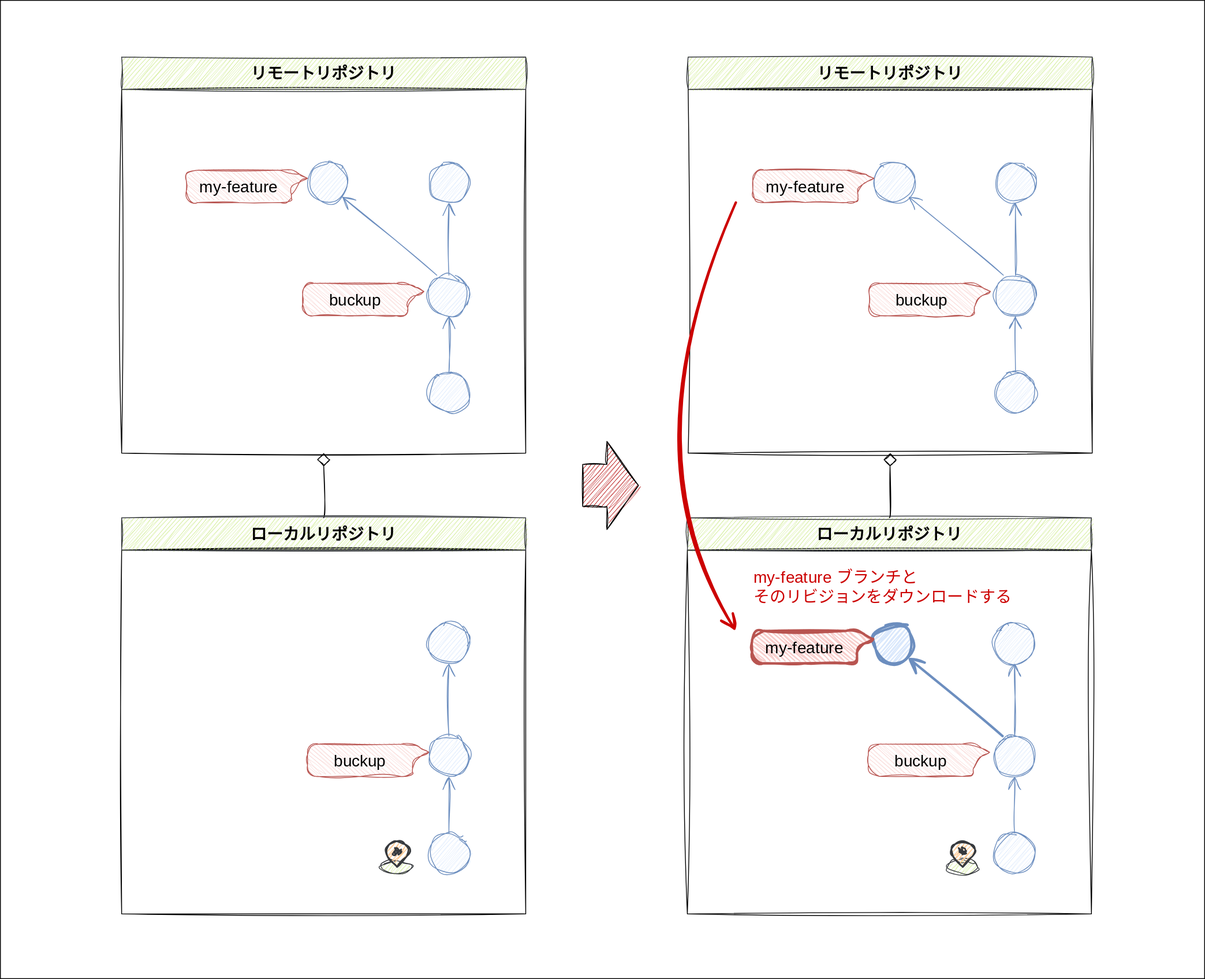
Before: doc/image/introducion/remote-download.drawio.svg, a diagram exported from draw.io (kazurego7/fit). Source tidied: cells renumbered, new cells last; positions are measured from the earlier drawing's top-left corner, leaving out a move shared by most shapes.
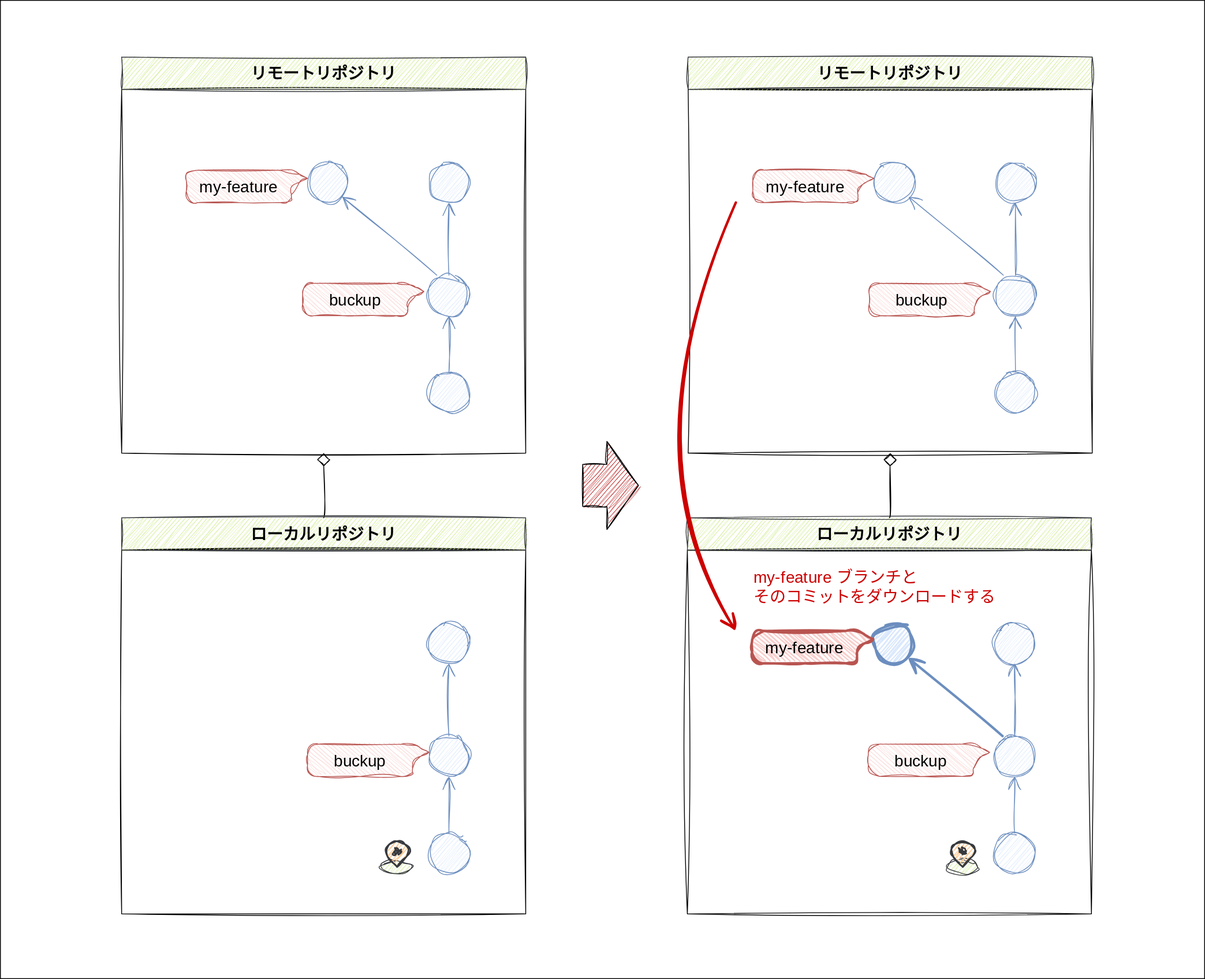
The same diagram one commit later.

What changed in the source:
```diff
@@ -173,7 +173,7 @@
         </Array>
       </mxGeometry>
     </mxCell>
-    <mxCell id="57" value="my-feature ブランチと&lt;br&gt;そのリビジョンをダウンロードする" style="text;strokeColor=none;fillColor=none;html=1;align=left;verticalAlign=middle;whiteSpace=wrap;rounded=0;sketch=1;hachureGap=4;jiggle=2;curveFitting=1;fontFamily=Zen Kurenaido;fontSource=https%3A%2F%2Ffonts.googleapis.com%2Fcss%3Ffamily%3DZen%2BKurenaido;fontSize=20;fontColor=#CC0000;" parent="1" vertex="1">
+    <mxCell id="57" value="my-feature ブランチと&lt;br&gt;そのコミットをダウンロードする" style="text;strokeColor=none;fillColor=none;html=1;align=left;verticalAlign=middle;whiteSpace=wrap;rounded=0;sketch=1;hachureGap=4;jiggle=2;curveFitting=1;fontFamily=Zen Kurenaido;fontSource=https%3A%2F%2Ffonts.googleapis.com%2Fcss%3Ffamily%3DZen%2BKurenaido;fontSize=20;fontColor=#CC0000;" parent="1" vertex="1">
       <mxGeometry x="930" y="700" width="340" height="50" as="geometry" />
     </mxCell>
     <mxCell id="58" style="endArrow=none;html=1;rounded=0;sketch=1;hachureGap=4;jiggle=2;curveFitting=1;fontFamily=Architects Daughter;fontSource=https%3A%2F%2Ffonts.googleapis.com%2Fcss%3Ffamily%3DArchitects%2BDaughter;fontSize=16;sourcePerimeterSpacing=8;targetPerimeterSpacing=8;curved=1;shape=flexArrow;fillColor=#B20000;strokeColor=default;width=52;endSize=8;endWidth=17.224489795918366;endFill=0;startArrow=block;startWidth=56;startSize=12.67;" parent="1" edge="1">
```
